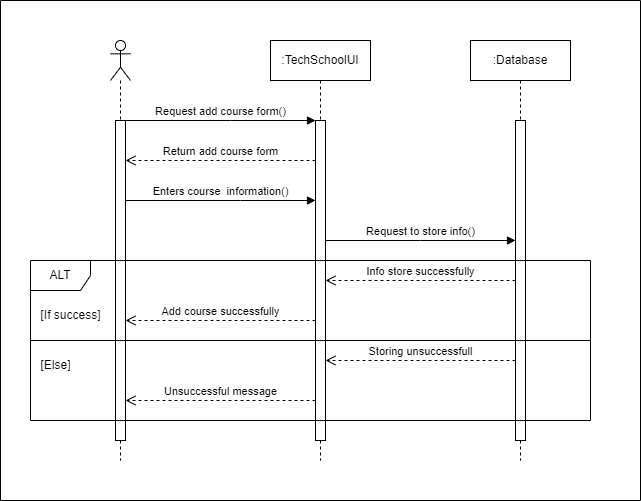
The draw.io diagram Materials/Sequence Diagrams/SD_Add Course.png in iprosenjitp/Tech-School, before a commit. Source tidied: cells renumbered, new cells last; positions are measured from the earlier drawing's top-left corner, leaving out a move shared by most shapes.
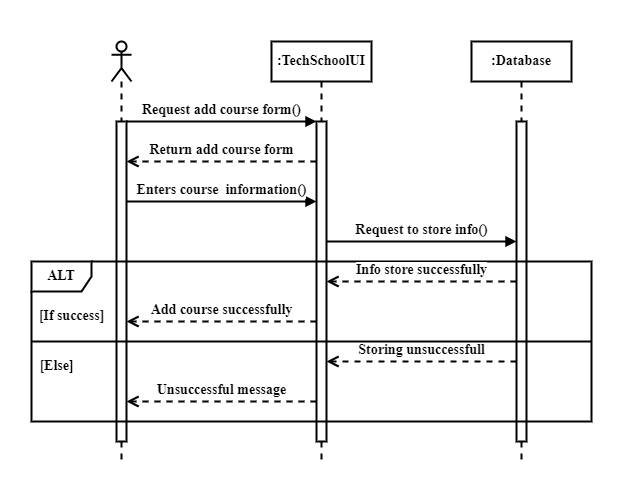
Above is the later version.

What changed in the source:
```diff
@@ -2,92 +2,92 @@
   <root>
     <mxCell id="0" />
     <mxCell id="1" parent="0" />
-    <mxCell id="2" style="shape=umlLifeline;perimeter=lifelinePerimeter;whiteSpace=wrap;html=1;newEdgeStyle={&quot;curved&quot;:0,&quot;rounded&quot;:0};participant=umlActor;" parent="1" vertex="1">
+    <mxCell id="2" style="shape=umlLifeline;perimeter=lifelinePerimeter;whiteSpace=wrap;html=1;newEdgeStyle={&quot;curved&quot;:0,&quot;rounded&quot;:0};participant=umlActor;strokeWidth=2;fontFamily=Times New Roman;fontStyle=1;fontSize=14;" parent="1" vertex="1">
       <mxGeometry x="110" y="40" width="20" height="420" as="geometry" />
     </mxCell>
-    <mxCell id="3" style="html=1;points=[[0,0,0,0,5],[0,1,0,0,-5],[1,0,0,0,5],[1,1,0,0,-5]];perimeter=orthogonalPerimeter;outlineConnect=0;targetShapes=umlLifeline;portConstraint=eastwest;newEdgeStyle={&quot;curved&quot;:0,&quot;rounded&quot;:0};" parent="2" vertex="1">
+    <mxCell id="3" style="html=1;points=[[0,0,0,0,5],[0,1,0,0,-5],[1,0,0,0,5],[1,1,0,0,-5]];perimeter=orthogonalPerimeter;outlineConnect=0;targetShapes=umlLifeline;portConstraint=eastwest;newEdgeStyle={&quot;curved&quot;:0,&quot;rounded&quot;:0};strokeWidth=2;fontFamily=Times New Roman;fontStyle=1;fontSize=14;" parent="2" vertex="1">
       <mxGeometry x="5" y="80" width="10" height="320" as="geometry" />
     </mxCell>
-    <mxCell id="4" value=":TechSchoolUI" style="shape=umlLifeline;perimeter=lifelinePerimeter;whiteSpace=wrap;html=1;newEdgeStyle={&quot;curved&quot;:0,&quot;rounded&quot;:0};" parent="1" vertex="1">
+    <mxCell id="4" value=":TechSchoolUI" style="shape=umlLifeline;perimeter=lifelinePerimeter;whiteSpace=wrap;html=1;newEdgeStyle={&quot;curved&quot;:0,&quot;rounded&quot;:0};strokeWidth=2;fontFamily=Times New Roman;fontStyle=1;fontSize=14;" parent="1" vertex="1">
       <mxGeometry x="270" y="40" width="100" height="420" as="geometry" />
     </mxCell>
-    <mxCell id="5" style="html=1;points=[[0,0,0,0,5],[0,1,0,0,-5],[1,0,0,0,5],[1,1,0,0,-5]];perimeter=orthogonalPerimeter;outlineConnect=0;targetShapes=umlLifeline;portConstraint=eastwest;newEdgeStyle={&quot;curved&quot;:0,&quot;rounded&quot;:0};" parent="4" vertex="1">
+    <mxCell id="5" style="html=1;points=[[0,0,0,0,5],[0,1,0,0,-5],[1,0,0,0,5],[1,1,0,0,-5]];perimeter=orthogonalPerimeter;outlineConnect=0;targetShapes=umlLifeline;portConstraint=eastwest;newEdgeStyle={&quot;curved&quot;:0,&quot;rounded&quot;:0};strokeWidth=2;fontFamily=Times New Roman;fontStyle=1;fontSize=14;" parent="4" vertex="1">
       <mxGeometry x="45" y="80" width="10" height="320" as="geometry" />
     </mxCell>
-    <mxCell id="6" value=":Database" style="shape=umlLifeline;perimeter=lifelinePerimeter;whiteSpace=wrap;html=1;newEdgeStyle={&quot;curved&quot;:0,&quot;rounded&quot;:0};" parent="1" vertex="1">
+    <mxCell id="6" value=":Database" style="shape=umlLifeline;perimeter=lifelinePerimeter;whiteSpace=wrap;html=1;newEdgeStyle={&quot;curved&quot;:0,&quot;rounded&quot;:0};strokeWidth=2;fontFamily=Times New Roman;fontStyle=1;fontSize=14;" parent="1" vertex="1">
       <mxGeometry x="470" y="40" width="100" height="420" as="geometry" />
     </mxCell>
-    <mxCell id="7" style="html=1;points=[[0,0,0,0,5],[0,1,0,0,-5],[1,0,0,0,5],[1,1,0,0,-5]];perimeter=orthogonalPerimeter;outlineConnect=0;targetShapes=umlLifeline;portConstraint=eastwest;newEdgeStyle={&quot;curved&quot;:0,&quot;rounded&quot;:0};" parent="6" vertex="1">
+    <mxCell id="7" style="html=1;points=[[0,0,0,0,5],[0,1,0,0,-5],[1,0,0,0,5],[1,1,0,0,-5]];perimeter=orthogonalPerimeter;outlineConnect=0;targetShapes=umlLifeline;portConstraint=eastwest;newEdgeStyle={&quot;curved&quot;:0,&quot;rounded&quot;:0};strokeWidth=2;fontFamily=Times New Roman;fontStyle=1;fontSize=14;" parent="6" vertex="1">
       <mxGeometry x="45" y="80" width="10" height="320" as="geometry" />
     </mxCell>
-    <mxCell id="8" value="Request add course form()" style="html=1;verticalAlign=bottom;endArrow=block;curved=0;rounded=0;" parent="1" edge="1" source="3" target="5">
+    <mxCell id="8" value="Request add course form()" style="html=1;verticalAlign=bottom;endArrow=block;curved=0;rounded=0;strokeWidth=2;fontFamily=Times New Roman;fontStyle=1;fontSize=14;" parent="1" edge="1" source="3" target="5">
       <mxGeometry relative="1" as="geometry">
         <Array as="points">
           <mxPoint x="230" y="120" />
         </Array>
       </mxGeometry>
     </mxCell>
-    <mxCell id="9" value="Return add course form" style="html=1;verticalAlign=bottom;endArrow=open;dashed=1;endSize=8;curved=0;rounded=0;" parent="1" edge="1" source="5" target="3">
+    <mxCell id="9" value="Return add course form" style="html=1;verticalAlign=bottom;endArrow=open;dashed=1;endSize=8;curved=0;rounded=0;strokeWidth=2;fontFamily=Times New Roman;fontStyle=1;fontSize=14;" parent="1" edge="1" source="5" target="3">
       <mxGeometry relative="1" as="geometry">
         <Array as="points">
           <mxPoint x="220" y="160" />
         </Array>
       </mxGeometry>
     </mxCell>
-    <mxCell id="10" value="Enters course&amp;nbsp; information()" style="html=1;verticalAlign=bottom;endArrow=block;curved=0;rounded=0;" parent="1" edge="1" source="3" target="5">
+    <mxCell id="10" value="Enters course&amp;nbsp; information()" style="html=1;verticalAlign=bottom;endArrow=block;curved=0;rounded=0;strokeWidth=2;fontFamily=Times New Roman;fontStyle=1;fontSize=14;" parent="1" edge="1" source="3" target="5">
       <mxGeometry relative="1" as="geometry">
         <Array as="points">
           <mxPoint x="240" y="200" />
         </Array>
       </mxGeometry>
     </mxCell>
-    <mxCell id="11" value="Request to store info()" style="html=1;verticalAlign=bottom;endArrow=block;curved=0;rounded=0;" parent="1" edge="1" source="5" target="7">
+    <mxCell id="11" value="Request to store info()" style="html=1;verticalAlign=bottom;endArrow=block;curved=0;rounded=0;strokeWidth=2;fontFamily=Times New Roman;fontStyle=1;fontSize=14;" parent="1" edge="1" source="5" target="7">
       <mxGeometry relative="1" as="geometry">
         <Array as="points">
           <mxPoint x="420" y="240" />
         </Array>
       </mxGeometry>
     </mxCell>
-    <mxCell id="12" value="ALT" style="shape=umlFrame;whiteSpace=wrap;html=1;" parent="1" vertex="1">
+    <mxCell id="12" value="ALT" style="shape=umlFrame;whiteSpace=wrap;html=1;strokeWidth=2;fontFamily=Times New Roman;fontStyle=1;fontSize=14;" parent="1" vertex="1">
       <mxGeometry x="30" y="260" width="560" height="160" as="geometry" />
     </mxCell>
-    <mxCell id="13" value="Info store successfully" style="html=1;verticalAlign=bottom;endArrow=open;dashed=1;endSize=8;curved=0;rounded=0;" parent="1" edge="1" source="7" target="5">
+    <mxCell id="13" value="Info store successfully" style="html=1;verticalAlign=bottom;endArrow=open;dashed=1;endSize=8;curved=0;rounded=0;strokeWidth=2;fontFamily=Times New Roman;fontStyle=1;fontSize=14;" parent="1" edge="1" source="7" target="5">
       <mxGeometry relative="1" as="geometry">
         <Array as="points">
           <mxPoint x="420" y="280" />
         </Array>
       </mxGeometry>
     </mxCell>
-    <mxCell id="14" value="Add course successfully" style="html=1;verticalAlign=bottom;endArrow=open;dashed=1;endSize=8;curved=0;rounded=0;" parent="1" edge="1" source="5" target="3">
+    <mxCell id="14" value="Add course successfully" style="html=1;verticalAlign=bottom;endArrow=open;dashed=1;endSize=8;curved=0;rounded=0;strokeWidth=2;fontFamily=Times New Roman;fontStyle=1;fontSize=14;" parent="1" edge="1" source="5" target="3">
       <mxGeometry relative="1" as="geometry">
         <Array as="points">
           <mxPoint x="220" y="320" />
         </Array>
       </mxGeometry>
     </mxCell>
-    <mxCell id="15" value="Storing unsuccessfull" style="html=1;verticalAlign=bottom;endArrow=open;dashed=1;endSize=8;curved=0;rounded=0;" parent="1" edge="1">
+    <mxCell id="15" value="Storing unsuccessfull" style="html=1;verticalAlign=bottom;endArrow=open;dashed=1;endSize=8;curved=0;rounded=0;strokeWidth=2;fontFamily=Times New Roman;fontStyle=1;fontSize=14;" parent="1" edge="1">
       <mxGeometry relative="1" as="geometry">
         <mxPoint x="515" y="360" as="sourcePoint" />
         <mxPoint x="325" y="360" as="targetPoint" />
       </mxGeometry>
     </mxCell>
-    <mxCell id="16" value="Unsuccessful message" style="html=1;verticalAlign=bottom;endArrow=open;dashed=1;endSize=8;curved=0;rounded=0;" parent="1" edge="1" source="5" target="3">
+    <mxCell id="16" value="Unsuccessful message" style="html=1;verticalAlign=bottom;endArrow=open;dashed=1;endSize=8;curved=0;rounded=0;strokeWidth=2;fontFamily=Times New Roman;fontStyle=1;fontSize=14;" parent="1" edge="1" source="5" target="3">
       <mxGeometry relative="1" as="geometry">
         <Array as="points">
           <mxPoint x="220" y="400" />
         </Array>
       </mxGeometry>
     </mxCell>
-    <mxCell id="17" style="swimlane;startSize=0;" parent="1" vertex="1">
+    <mxCell id="17" style="swimlane;startSize=0;strokeWidth=2;fontFamily=Times New Roman;fontStyle=1;fontSize=14;strokeColor=#FFFFFF;" parent="1" vertex="1">
       <mxGeometry width="640" height="500" as="geometry" />
     </mxCell>
-    <mxCell id="18" value="[If success]" style="text;html=1;align=center;verticalAlign=middle;strokeColor=none;fillColor=none;" parent="17" vertex="1">
-      <mxGeometry x="30" y="300" width="80" height="30" as="geometry" />
+    <mxCell id="18" value="[If success]" style="text;html=1;align=center;verticalAlign=middle;strokeColor=none;fillColor=none;strokeWidth=2;fontFamily=Times New Roman;fontStyle=1;fontSize=14;" parent="17" vertex="1">
+      <mxGeometry x="25" y="300" width="90" height="30" as="geometry" />
     </mxCell>
-    <mxCell id="19" value="[Else]" style="text;html=1;align=center;verticalAlign=middle;strokeColor=none;fillColor=none;" parent="17" vertex="1">
-      <mxGeometry x="30" y="350" width="50" height="30" as="geometry" />
+    <mxCell id="19" value="[Else]" style="text;html=1;align=center;verticalAlign=middle;strokeColor=none;fillColor=none;strokeWidth=2;fontFamily=Times New Roman;fontStyle=1;fontSize=14;" parent="17" vertex="1">
+      <mxGeometry x="25" y="350" width="60" height="30" as="geometry" />
     </mxCell>
-    <mxCell id="20" style="line;strokeWidth=1;fillColor=none;align=left;verticalAlign=middle;spacingTop=-1;spacingLeft=3;spacingRight=3;labelPosition=right;strokeColor=inherit;" parent="1" vertex="1">
+    <mxCell id="20" style="line;strokeWidth=2;fillColor=none;align=left;verticalAlign=middle;spacingTop=-1;spacingLeft=3;spacingRight=3;labelPosition=right;strokeColor=inherit;fontFamily=Times New Roman;fontStyle=1;fontSize=14;" parent="1" vertex="1">
       <mxGeometry x="30" y="336" width="560" height="8" as="geometry" />
     </mxCell>
   </root>
```
